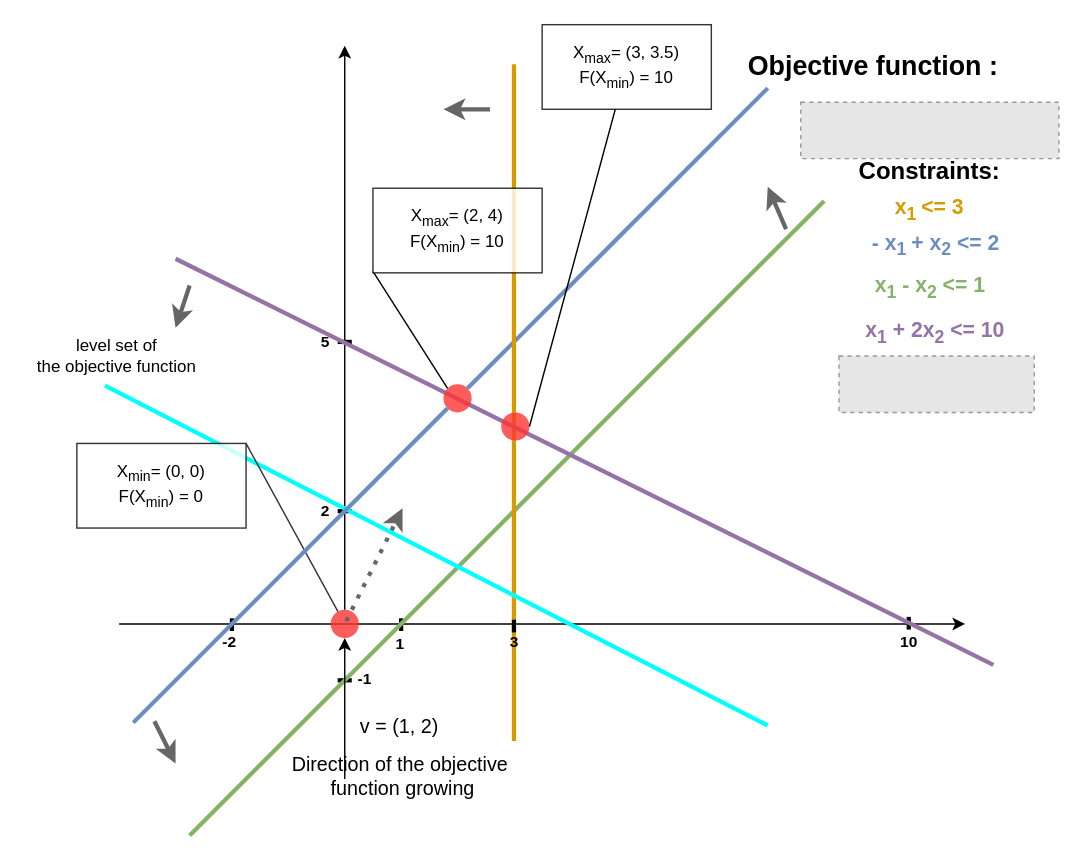
Above: Untitled Diagram.drawio in khalidsabih/mathematical_programming (draw.io), before the change. Source tidied: cells renumbered, new cells numbered last; positions are measured from the earlier drawing's top-left corner, leaving out a move shared by most shapes. Both pictures are drawn from the tidied source at 141%, with x=0, y=0 at pixel (24, 24). Pictures stored in the file or linked from it are replaced by grey dashed boxes.
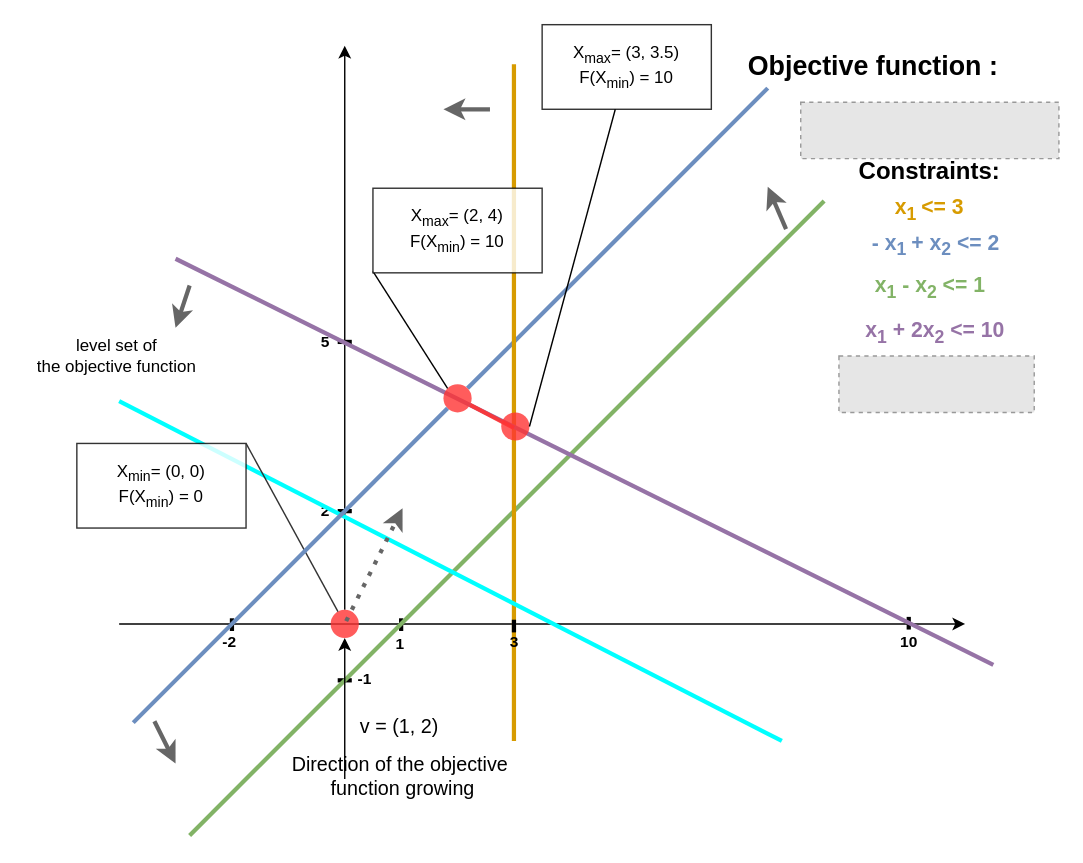
The same page after the edit.

Unchanged cells that the change refers to:
```xml
<mxCell id="44" style="ellipse;whiteSpace=wrap;html=1;opacity=80;fillColor=#FF3333;strokeColor=none;" parent="1" vertex="1">
  <mxGeometry x="297" y="255" width="20" height="20" as="geometry" />
</mxCell>
<mxCell id="47" style="ellipse;whiteSpace=wrap;html=1;opacity=80;fillColor=#FF3333;strokeColor=none;" parent="1" vertex="1">
  <mxGeometry x="338" y="275" width="20" height="20" as="geometry" />
</mxCell>
```

Change to the diagram source:
```diff
@@
     <mxCell id="35" style="endArrow=none;html=1;strokeColor=#00FFFF;strokeWidth=3;" parent="1" edge="1">
       <mxGeometry relative="1" as="geometry">
-        <mxPoint x="57" y="256" as="sourcePoint" />
-        <mxPoint x="527" y="497" as="targetPoint" />
+        <mxPoint x="67" y="267" as="sourcePoint" />
+        <mxPoint x="537" y="508" as="targetPoint" />
       </mxGeometry>
     </mxCell>
@@
+    <mxCell id="50" style="endArrow=none;html=1;strokeWidth=3;entryX=0.45;entryY=0.55;entryDx=0;entryDy=0;entryPerimeter=0;strokeColor=#FF3333;opacity=90;" parent="1" edge="1" source="44" target="47">
+      <mxGeometry relative="1" as="geometry" />
+    </mxCell>
```
